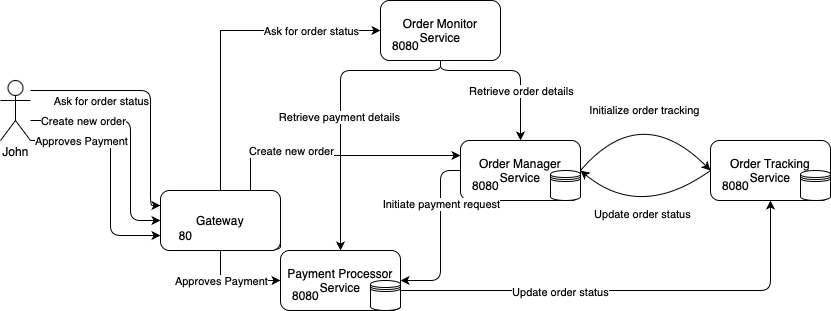
Above: docs/rest-architecture.drawio.png in madalingiurca/kafka-microservices-system-performance (draw.io), before the change. Source tidied: cells renumbered, new cells last; positions are measured from the earlier drawing's top-left corner, leaving out a move shared by most shapes.
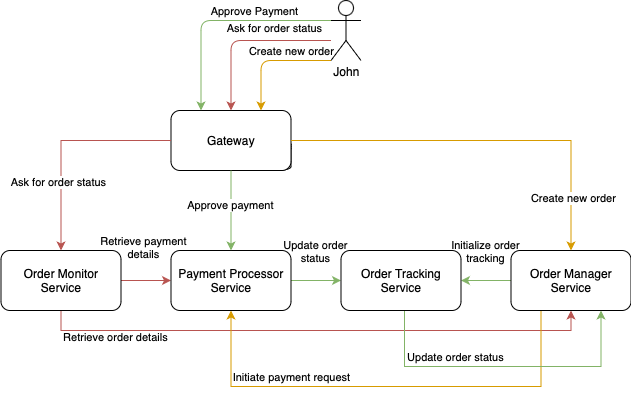
The same file after the commit.

What changed in the source:
```diff
@@ -2,209 +2,149 @@
   <root>
     <mxCell id="0" />
     <mxCell id="1" parent="0" />
-    <mxCell id="2" value="Order Monitor &lt;br&gt;Service" style="rounded=1;whiteSpace=wrap;html=1;" parent="1" vertex="1">
-      <mxGeometry x="380" width="120" height="60" as="geometry" />
-    </mxCell>
-    <mxCell id="3" value="John&lt;br&gt;" style="shape=umlActor;verticalLabelPosition=bottom;verticalAlign=top;html=1;outlineConnect=0;align=center;spacing=0;rounded=1;" parent="1" vertex="1">
-      <mxGeometry y="80" width="30" height="60" as="geometry" />
-    </mxCell>
-    <mxCell id="4" style="group;rounded=1;" parent="1" vertex="1">
-      <mxGeometry x="280" y="250" width="120" height="60" as="geometry" />
-    </mxCell>
-    <mxCell id="5" style="shape=datastore;whiteSpace=wrap;html=1;rounded=1;" parent="4" vertex="1">
-      <mxGeometry x="90" y="30" width="30" height="30" as="geometry" />
-    </mxCell>
-    <mxCell id="6" style="group;rounded=1;" parent="4" vertex="1">
-      <mxGeometry width="120" height="60" as="geometry" />
-    </mxCell>
-    <mxCell id="7" value="Payment Processor Service" style="rounded=1;whiteSpace=wrap;html=1;" parent="6" vertex="1">
-      <mxGeometry width="120" height="60" as="geometry" />
-    </mxCell>
-    <mxCell id="8" value="8080" style="text;html=1;align=center;verticalAlign=middle;strokeColor=none;fillColor=none;" parent="6" vertex="1">
-      <mxGeometry y="30" width="50" height="30" as="geometry" />
-    </mxCell>
-    <mxCell id="9" style="shape=datastore;whiteSpace=wrap;html=1;rounded=1;" parent="6" vertex="1">
-      <mxGeometry x="90" y="30" width="30" height="30" as="geometry" />
-    </mxCell>
-    <mxCell id="10" style="edgeStyle=orthogonalEdgeStyle;rounded=1;jettySize=auto;html=1;entryX=0.5;entryY=0;entryDx=0;entryDy=0;" parent="1" edge="1" source="2" target="7">
-      <mxGeometry relative="1" as="geometry">
-        <Array as="points">
-          <mxPoint x="440" y="70" />
-          <mxPoint x="340" y="70" />
-        </Array>
-      </mxGeometry>
+    <mxCell id="10" style="edgeStyle=orthogonalEdgeStyle;rounded=0;jettySize=auto;html=1;entryX=0;entryY=0.5;entryDx=0;entryDy=0;fillColor=#f8cecc;strokeColor=#b85450;" parent="1" edge="1" source="2" target="7">
+      <mxGeometry relative="1" as="geometry" />
     </mxCell>
-    <mxCell id="11" value="Retrieve payment details" style="edgeLabel;html=1;align=center;verticalAlign=middle;rounded=1;" parent="10" vertex="1">
-      <mxGeometry x="0.08" y="-2" relative="1" as="geometry" />
+    <mxCell id="11" value="Retrieve payment&lt;br&gt;details" style="edgeLabel;html=1;align=center;verticalAlign=middle;" parent="10" vertex="1">
+      <mxGeometry x="-0.14" relative="1" as="geometry">
+        <mxPoint y="-34" as="offset" />
+      </mxGeometry>
     </mxCell>
-    <mxCell id="12" style="group;" parent="1" vertex="1">
-      <mxGeometry x="710" y="140" width="120" height="60" as="geometry" />
-    </mxCell>
-    <mxCell id="13" value="Order Tracking Service" style="rounded=1;whiteSpace=wrap;html=1;" parent="12" vertex="1">
-      <mxGeometry width="120" height="60" as="geometry" />
-    </mxCell>
-    <mxCell id="14" value="8080" style="text;html=1;align=center;verticalAlign=middle;strokeColor=none;fillColor=none;rounded=1;" parent="12" vertex="1">
-      <mxGeometry y="30" width="50" height="30" as="geometry" />
-    </mxCell>
-    <mxCell id="15" style="shape=datastore;whiteSpace=wrap;html=1;rounded=1;" parent="12" vertex="1">
-      <mxGeometry x="90" y="30" width="30" height="30" as="geometry" />
-    </mxCell>
-    <mxCell id="16" style="edgeStyle=orthogonalEdgeStyle;jettySize=auto;html=1;entryX=0.5;entryY=1;entryDx=0;entryDy=0;rounded=1;" parent="1" edge="1" source="7" target="13">
-      <mxGeometry relative="1" as="geometry">
-        <Array as="points">
-          <mxPoint x="770" y="290" />
-        </Array>
-      </mxGeometry>
-    </mxCell>
-    <mxCell id="17" value="Update order status" style="edgeLabel;html=1;align=center;verticalAlign=middle;rounded=1;" parent="16" vertex="1">
-      <mxGeometry x="-0.31" y="-1" relative="1" as="geometry" />
-    </mxCell>
-    <mxCell id="18" style="group;rounded=1;" parent="1" vertex="1">
-      <mxGeometry x="160" y="190" width="120" height="60" as="geometry" />
-    </mxCell>
-    <mxCell id="19" style="shape=datastore;whiteSpace=wrap;html=1;rounded=1;" parent="18" vertex="1">
-      <mxGeometry x="90" y="30" width="30" height="30" as="geometry" />
-    </mxCell>
-    <mxCell id="20" style="group;rounded=1;" parent="18" vertex="1">
-      <mxGeometry width="120" height="60" as="geometry" />
-    </mxCell>
-    <mxCell id="21" value="Gateway" style="rounded=1;whiteSpace=wrap;html=1;" parent="20" vertex="1">
-      <mxGeometry width="120" height="60" as="geometry" />
-    </mxCell>
-    <mxCell id="22" value="80" style="text;html=1;align=center;verticalAlign=middle;strokeColor=none;fillColor=none;" parent="20" vertex="1">
-      <mxGeometry x="5" y="30" width="40" height="30" as="geometry" />
-    </mxCell>
-    <mxCell id="23" style="edgeStyle=orthogonalEdgeStyle;rounded=1;jettySize=auto;html=1;entryX=0;entryY=0.5;entryDx=0;entryDy=0;" parent="1" edge="1" source="3" target="21">
-      <mxGeometry relative="1" as="geometry">
-        <Array as="points">
-          <mxPoint x="130" y="120" />
-          <mxPoint x="130" y="220" />
-        </Array>
-      </mxGeometry>
-    </mxCell>
-    <mxCell id="24" value="Create new order" style="edgeLabel;html=1;align=center;verticalAlign=middle;rounded=1;" parent="23" vertex="1">
-      <mxGeometry x="-0.3" y="-3" relative="1" as="geometry">
-        <mxPoint x="-28" y="-3" as="offset" />
-      </mxGeometry>
-    </mxCell>
-    <mxCell id="25" style="edgeStyle=orthogonalEdgeStyle;jettySize=auto;html=1;entryX=0;entryY=0.75;entryDx=0;entryDy=0;rounded=1;" parent="1" edge="1" source="3" target="21">
-      <mxGeometry relative="1" as="geometry">
-        <Array as="points">
-          <mxPoint x="110" y="140" />
-          <mxPoint x="110" y="235" />
-        </Array>
-      </mxGeometry>
-    </mxCell>
-    <mxCell id="26" value="Approves Payment" style="edgeLabel;html=1;align=center;verticalAlign=middle;rounded=1;" parent="25" vertex="1">
-      <mxGeometry x="-0.02" y="-2" relative="1" as="geometry">
-        <mxPoint x="-28" y="-30" as="offset" />
-      </mxGeometry>
-    </mxCell>
-    <mxCell id="27" style="edgeStyle=orthogonalEdgeStyle;rounded=0;jettySize=auto;html=1;entryX=0;entryY=0.5;entryDx=0;entryDy=0;" parent="1" edge="1" source="21" target="2">
-      <mxGeometry relative="1" as="geometry">
-        <Array as="points">
-          <mxPoint x="220" y="30" />
-        </Array>
-      </mxGeometry>
-    </mxCell>
-    <mxCell id="28" style="edgeStyle=orthogonalEdgeStyle;rounded=1;jettySize=auto;html=1;entryX=0;entryY=0.25;entryDx=0;entryDy=0;" parent="1" edge="1" source="3" target="21">
-      <mxGeometry relative="1" as="geometry">
-        <Array as="points">
-          <mxPoint x="150" y="90" />
-          <mxPoint x="150" y="205" />
-        </Array>
-      </mxGeometry>
-    </mxCell>
-    <mxCell id="29" value="Ask for order status" style="edgeLabel;html=1;align=center;verticalAlign=middle;rounded=1;" parent="28" vertex="1">
-      <mxGeometry x="-0.62" y="3" relative="1" as="geometry">
-        <mxPoint x="233" y="-57" as="offset" />
-      </mxGeometry>
-    </mxCell>
-    <mxCell id="30" style="edgeStyle=orthogonalEdgeStyle;rounded=0;jettySize=auto;html=1;entryX=0;entryY=0.5;entryDx=0;entryDy=0;" parent="1" edge="1" source="21" target="7">
-      <mxGeometry relative="1" as="geometry" />
-    </mxCell>
-    <mxCell id="31" value="Approves Payment" style="edgeLabel;html=1;align=center;verticalAlign=middle;rounded=1;" parent="1" vertex="1">
-      <mxGeometry x="220" y="280" as="geometry" />
-    </mxCell>
-    <mxCell id="32" value="Ask for order status" style="edgeLabel;html=1;align=center;verticalAlign=middle;rounded=1;" parent="1" vertex="1">
-      <mxGeometry x="100" y="100" as="geometry" />
-    </mxCell>
-    <mxCell id="33" style="group;rounded=1;" parent="1" vertex="1">
-      <mxGeometry x="460" y="120" width="120" height="60" as="geometry" />
-    </mxCell>
-    <mxCell id="34" style="group;" parent="33" vertex="1">
-      <mxGeometry y="20" width="120" height="60" as="geometry" />
-    </mxCell>
-    <mxCell id="35" value="Order Manager Service" style="rounded=1;whiteSpace=wrap;html=1;" parent="34" vertex="1">
-      <mxGeometry width="120" height="60" as="geometry" />
-    </mxCell>
-    <mxCell id="36" style="shape=datastore;whiteSpace=wrap;html=1;rounded=1;" parent="34" vertex="1">
-      <mxGeometry x="90" y="30" width="30" height="30" as="geometry" />
-    </mxCell>
-    <mxCell id="37" value="8080" style="text;html=1;align=center;verticalAlign=middle;strokeColor=none;fillColor=none;" parent="34" vertex="1">
-      <mxGeometry y="30" width="50" height="30" as="geometry" />
-    </mxCell>
-    <mxCell id="38" style="edgeStyle=orthogonalEdgeStyle;rounded=1;jettySize=auto;html=1;entryX=0.5;entryY=0;entryDx=0;entryDy=0;" parent="1" edge="1" source="2" target="35">
+    <mxCell id="38" style="edgeStyle=orthogonalEdgeStyle;rounded=0;jettySize=auto;html=1;entryX=0.5;entryY=1;entryDx=0;entryDy=0;fillColor=#f8cecc;strokeColor=#b85450;" parent="1" edge="1" source="2" target="35">
       <mxGeometry relative="1" as="geometry">
         <Array as="points">
-          <mxPoint x="440" y="70" />
-          <mxPoint x="520" y="70" />
+          <mxPoint x="147" y="944" />
+          <mxPoint x="657" y="944" />
         </Array>
       </mxGeometry>
     </mxCell>
-    <mxCell id="39" value="Retrieve order details" style="edgeLabel;html=1;align=center;verticalAlign=middle;rounded=1;" parent="38" vertex="1">
-      <mxGeometry x="-0.2" y="1" relative="1" as="geometry">
-        <mxPoint x="26" y="21" as="offset" />
+    <mxCell id="39" value="Retrieve order details" style="edgeLabel;html=1;align=center;verticalAlign=middle;" parent="38" vertex="1">
+      <mxGeometry x="-0.76" y="1" relative="1" as="geometry">
+        <mxPoint x="8" y="7" as="offset" />
       </mxGeometry>
     </mxCell>
+    <mxCell id="2" value="Order Monitor&lt;br&gt;Service" style="rounded=1;whiteSpace=wrap;html=1;flipH=1;flipV=1;" parent="1" vertex="1">
+      <mxGeometry x="86.5" y="864" width="120" height="60" as="geometry" />
+    </mxCell>
+    <mxCell id="49" style="group;rounded=1;" parent="1" vertex="1">
+      <mxGeometry x="256.5" y="724" width="120" height="65" as="geometry" />
+    </mxCell>
+    <mxCell id="50" style="shape=datastore;whiteSpace=wrap;html=1;rounded=1;" parent="49" vertex="1">
+      <mxGeometry x="90" y="30" width="30" height="30" as="geometry" />
+    </mxCell>
+    <mxCell id="51" style="group;rounded=1;" parent="49" vertex="1">
+      <mxGeometry width="120" height="65" as="geometry" />
+    </mxCell>
+    <mxCell id="21" value="Gateway" style="rounded=1;whiteSpace=wrap;html=1;" parent="51" vertex="1">
+      <mxGeometry width="120" height="60" as="geometry" />
+    </mxCell>
+    <mxCell id="52" style="edgeStyle=orthogonalEdgeStyle;rounded=0;jettySize=auto;html=1;entryX=1;entryY=0.5;entryDx=0;entryDy=0;fillColor=#d5e8d4;strokeColor=#82b366;" parent="1" edge="1" source="35" target="13">
+      <mxGeometry relative="1" as="geometry" />
+    </mxCell>
+    <mxCell id="48" value="Initialize order&lt;br&gt;tracking" style="edgeLabel;html=1;align=center;verticalAlign=middle;" parent="52" vertex="1">
+      <mxGeometry x="0.06" y="-2" relative="1" as="geometry">
+        <mxPoint x="1" y="-28" as="offset" />
+      </mxGeometry>
+    </mxCell>
-    <mxCell id="40" style="edgeStyle=orthogonalEdgeStyle;rounded=1;jettySize=auto;html=1;entryX=1;entryY=0.5;entryDx=0;entryDy=0;strokeColor=default;" parent="1" edge="1" source="35" target="7">
+    <mxCell id="40" style="edgeStyle=orthogonalEdgeStyle;rounded=0;jettySize=auto;html=1;entryX=0.5;entryY=1;entryDx=0;entryDy=0;exitX=0.25;exitY=1;exitDx=0;exitDy=0;fillColor=#ffe6cc;strokeColor=#d79b00;" parent="1" edge="1" source="35" target="7">
       <mxGeometry relative="1" as="geometry">
         <Array as="points">
-          <mxPoint x="440" y="280" />
+          <mxPoint x="627" y="1000" />
+          <mxPoint x="317" y="1000" />
         </Array>
       </mxGeometry>
     </mxCell>
-    <mxCell id="41" value="Initiate payment request" style="edgeLabel;html=1;align=center;verticalAlign=middle;rounded=1;" parent="40" vertex="1">
-      <mxGeometry x="-0.1" y="1" relative="1" as="geometry">
-        <mxPoint x="-1" y="-24" as="offset" />
+    <mxCell id="41" value="Initiate payment request" style="edgeLabel;html=1;align=center;verticalAlign=middle;" parent="40" vertex="1">
+      <mxGeometry x="0.43" y="-2" relative="1" as="geometry">
+        <mxPoint x="4" y="-8" as="offset" />
       </mxGeometry>
     </mxCell>
+    <mxCell id="35" value="Order Manager Service" style="rounded=1;whiteSpace=wrap;html=1;flipH=1;flipV=1;" parent="1" vertex="1">
+      <mxGeometry x="596.5" y="864" width="120" height="60" as="geometry" />
+    </mxCell>
+    <mxCell id="16" style="edgeStyle=orthogonalEdgeStyle;rounded=0;jettySize=auto;html=1;entryX=0;entryY=0.5;entryDx=0;entryDy=0;fillColor=#d5e8d4;strokeColor=#82b366;" parent="1" edge="1" source="7" target="13">
+      <mxGeometry relative="1" as="geometry" />
+    </mxCell>
+    <mxCell id="53" value="Update order&lt;br&gt;status" style="edgeLabel;html=1;align=center;verticalAlign=middle;" parent="16" vertex="1">
+      <mxGeometry x="-0.14" y="3" relative="1" as="geometry">
+        <mxPoint x="2" y="-27" as="offset" />
+      </mxGeometry>
+    </mxCell>
+    <mxCell id="7" value="Payment Processor Service" style="rounded=1;whiteSpace=wrap;html=1;flipH=1;flipV=1;" parent="1" vertex="1">
+      <mxGeometry x="256.5" y="864" width="120" height="60" as="geometry" />
+    </mxCell>
+    <mxCell id="27" style="edgeStyle=orthogonalEdgeStyle;rounded=0;jettySize=auto;html=1;entryX=0.5;entryY=0;entryDx=0;entryDy=0;fillColor=#f8cecc;strokeColor=#b85450;" parent="1" edge="1" source="21" target="2">
+      <mxGeometry relative="1" as="geometry" />
+    </mxCell>
+    <mxCell id="54" value="Ask for order status" style="edgeLabel;html=1;align=center;verticalAlign=middle;" parent="27" vertex="1">
+      <mxGeometry x="0.37" y="-3" relative="1" as="geometry" />
+    </mxCell>
+    <mxCell id="55" style="edgeStyle=orthogonalEdgeStyle;rounded=1;jettySize=auto;html=1;entryX=0.75;entryY=0;entryDx=0;entryDy=0;fillColor=#ffe6cc;strokeColor=#d79b00;" parent="1" edge="1" source="3" target="21">
+      <mxGeometry relative="1" as="geometry">
+        <Array as="points">
+          <mxPoint x="346.5" y="674" />
+        </Array>
+      </mxGeometry>
+    </mxCell>
+    <mxCell id="56" value="Create new order" style="edgeLabel;html=1;align=center;verticalAlign=middle;rounded=1;" parent="55" vertex="1">
+      <mxGeometry x="-0.3" y="-3" relative="1" as="geometry">
+        <mxPoint x="2" y="-7" as="offset" />
+      </mxGeometry>
+    </mxCell>
+    <mxCell id="57" style="edgeStyle=orthogonalEdgeStyle;jettySize=auto;html=1;entryX=0.5;entryY=0;entryDx=0;entryDy=0;rounded=1;fillColor=#f8cecc;strokeColor=#b85450;" parent="1" edge="1" source="3" target="21">
+      <mxGeometry relative="1" as="geometry">
+        <Array as="points">
+          <mxPoint x="316.5" y="654" />
+        </Array>
+      </mxGeometry>
+    </mxCell>
+    <mxCell id="58" value="Approve&amp;nbsp;Payment" style="edgeLabel;html=1;align=center;verticalAlign=middle;rounded=1;" parent="57" vertex="1">
+      <mxGeometry x="-0.02" y="-2" relative="1" as="geometry">
+        <mxPoint x="6" y="-28" as="offset" />
+      </mxGeometry>
+    </mxCell>
+    <mxCell id="59" style="edgeStyle=orthogonalEdgeStyle;rounded=1;jettySize=auto;html=1;entryX=0.25;entryY=0;entryDx=0;entryDy=0;fillColor=#d5e8d4;strokeColor=#82b366;" parent="1" edge="1" source="3" target="21">
+      <mxGeometry relative="1" as="geometry">
+        <Array as="points">
+          <mxPoint x="286.5" y="634" />
+        </Array>
+      </mxGeometry>
+    </mxCell>
+    <mxCell id="3" value="John&lt;br&gt;" style="shape=umlActor;verticalLabelPosition=bottom;verticalAlign=top;html=1;outlineConnect=0;align=center;spacing=0;rounded=1;" parent="1" vertex="1">
+      <mxGeometry x="416.5" y="614" width="30" height="60" as="geometry" />
+    </mxCell>
+    <mxCell id="60" value="Ask for order status" style="edgeLabel;html=1;align=center;verticalAlign=middle;rounded=1;" parent="1" vertex="1">
+      <mxGeometry x="316.5" y="634" as="geometry">
+        <mxPoint x="43" y="7" as="offset" />
+      </mxGeometry>
+    </mxCell>
+    <mxCell id="30" style="edgeStyle=orthogonalEdgeStyle;rounded=0;jettySize=auto;html=1;entryX=0.5;entryY=0;entryDx=0;entryDy=0;fillColor=#d5e8d4;strokeColor=#82b366;" parent="1" edge="1" source="21" target="7">
+      <mxGeometry relative="1" as="geometry" />
+    </mxCell>
+    <mxCell id="61" value="Approve payment" style="edgeLabel;html=1;align=center;verticalAlign=middle;" parent="30" vertex="1">
+      <mxGeometry x="-0.15" y="-1" relative="1" as="geometry" />
+    </mxCell>
-    <mxCell id="42" style="edgeStyle=orthogonalEdgeStyle;rounded=0;jettySize=auto;html=1;entryX=0;entryY=0.25;entryDx=0;entryDy=0;" parent="1" edge="1" source="21" target="35">
-      <mxGeometry relative="1" as="geometry">
-        <Array as="points">
-          <mxPoint x="250" y="155" />
-        </Array>
-      </mxGeometry>
+    <mxCell id="42" style="edgeStyle=orthogonalEdgeStyle;rounded=0;jettySize=auto;html=1;entryX=0.5;entryY=0;entryDx=0;entryDy=0;fillColor=#ffe6cc;strokeColor=#d79b00;" parent="1" edge="1" source="21" target="35">
+      <mxGeometry relative="1" as="geometry" />
     </mxCell>
-    <mxCell id="43" value="Create new order" style="edgeLabel;html=1;align=center;verticalAlign=middle;rounded=1;" parent="1" vertex="1">
-      <mxGeometry x="290" y="150" as="geometry" />
-    </mxCell>
-    <mxCell id="44" value="8080" style="text;html=1;align=center;verticalAlign=middle;strokeColor=none;fillColor=none;" parent="1" vertex="1">
-      <mxGeometry x="380" y="30" width="50" height="30" as="geometry" />
-    </mxCell>
-    <mxCell id="45" style="jettySize=auto;html=1;entryX=1;entryY=0.5;entryDx=0;entryDy=0;exitX=0;exitY=0.5;exitDx=0;exitDy=0;curved=1;rounded=1;" parent="1" edge="1" source="13" target="35">
-      <mxGeometry relative="1" as="geometry">
-        <Array as="points">
-          <mxPoint x="640" y="220" />
-        </Array>
-      </mxGeometry>
-    </mxCell>
-    <mxCell id="46" value="Update order status" style="edgeLabel;html=1;align=center;verticalAlign=middle;rounded=1;" parent="45" vertex="1">
-      <mxGeometry x="0.17" y="2" relative="1" as="geometry">
-        <mxPoint x="10" y="-2" as="offset" />
-      </mxGeometry>
-    </mxCell>
-    <mxCell id="47" style="jettySize=auto;html=1;entryX=1;entryY=0.5;entryDx=0;entryDy=0;exitX=0;exitY=0.5;exitDx=0;exitDy=0;curved=1;endArrow=none;endFill=0;startArrow=classic;startFill=1;rounded=1;" parent="1" edge="1" source="13" target="35">
-      <mxGeometry relative="1" as="geometry">
-        <Array as="points">
-          <mxPoint x="640" y="100" />
-        </Array>
-      </mxGeometry>
-    </mxCell>
-    <mxCell id="48" value="Initialize order tracking" style="edgeLabel;html=1;align=center;verticalAlign=middle;rounded=1;" parent="47" vertex="1">
-      <mxGeometry x="0.17" y="2" relative="1" as="geometry">
-        <mxPoint x="10" y="-2" as="offset" />
-      </mxGeometry>
-    </mxCell>
+    <mxCell id="62" value="Create new order" style="edgeLabel;html=1;align=center;verticalAlign=middle;" parent="42" vertex="1">
+      <mxGeometry x="0.73" y="2" relative="1" as="geometry" />
+    </mxCell>
+    <mxCell id="63" style="edgeStyle=orthogonalEdgeStyle;rounded=0;jettySize=auto;html=1;entryX=0.75;entryY=1;entryDx=0;entryDy=0;fillColor=#d5e8d4;strokeColor=#82b366;" parent="1" edge="1" source="13" target="35">
+      <mxGeometry relative="1" as="geometry">
+        <Array as="points">
+          <mxPoint x="490" y="980" />
+          <mxPoint x="687" y="980" />
+        </Array>
+      </mxGeometry>
+    </mxCell>
+    <mxCell id="64" value="Update order status" style="edgeLabel;html=1;align=center;verticalAlign=middle;" parent="63" vertex="1">
+      <mxGeometry x="-0.47" y="1" relative="1" as="geometry">
+        <mxPoint x="24" y="-9" as="offset" />
+      </mxGeometry>
+    </mxCell>
+    <mxCell id="13" value="Order Tracking Service" style="rounded=1;whiteSpace=wrap;html=1;flipH=1;flipV=1;" parent="1" vertex="1">
+      <mxGeometry x="426.5" y="864" width="120" height="60" as="geometry" />
+    </mxCell>
   </root>
 </mxGraphModel>
```
